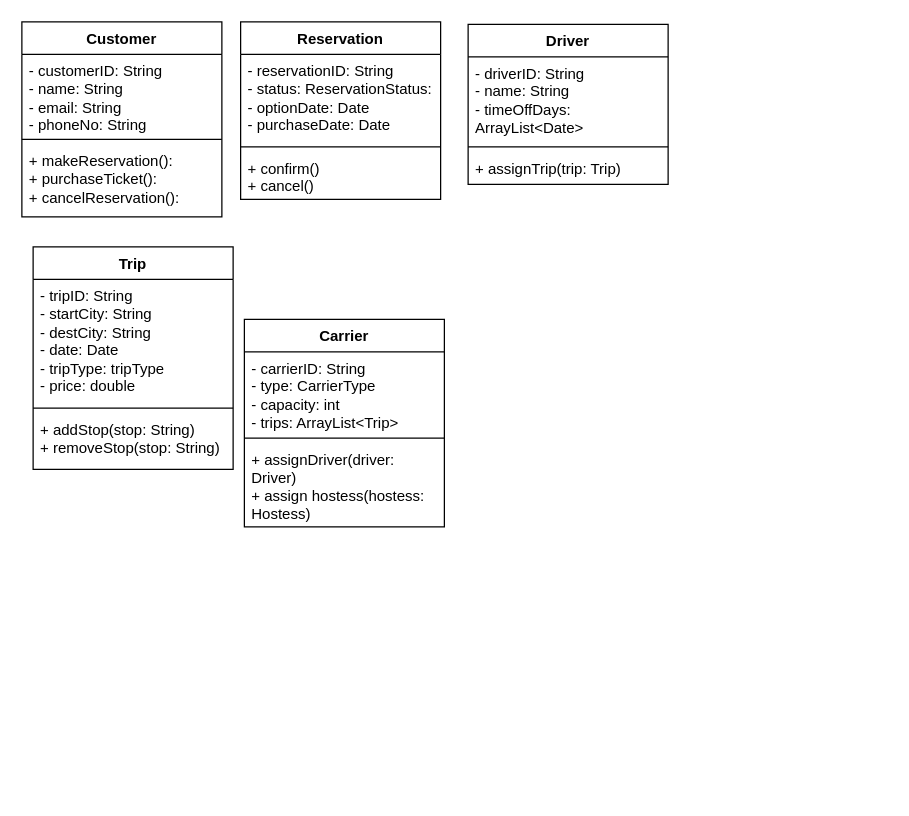
This is page "Page-2" (2 of 2) of Untitled Diagram.drawio from VinaiRamadhin/COMP2606A1, a draw.io file, before an edit. Source tidied: cells renumbered, new cells numbered last; positions are measured from the earlier drawing's top-left corner, leaving out a move shared by most shapes. Both pictures are drawn from the tidied source at 125%, with x=0, y=0 at pixel (21, 21).
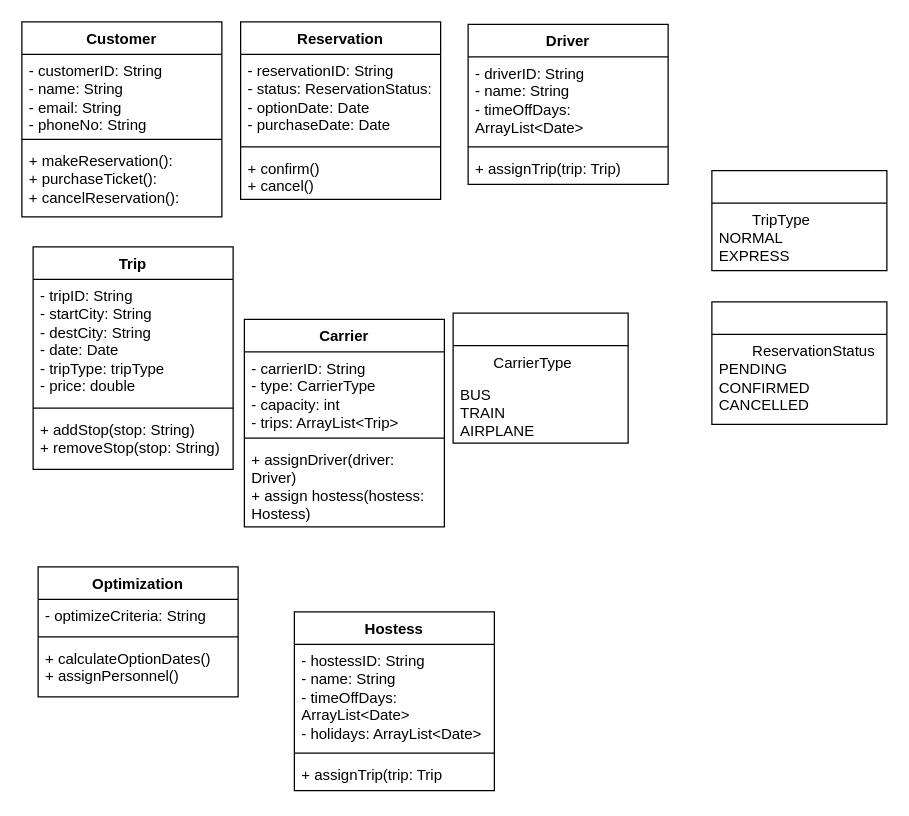
The same page after the edit.

The edit, as a diff of the source:
```diff
@@
+    <mxCell id="22" style="swimlane;fontStyle=0;horizontal=1;startSize=26;fillColor=none;whiteSpace=wrap;html=1;" parent="1" vertex="1">
+      <mxGeometry x="345" y="233" width="140" height="104" as="geometry" />
+    </mxCell>
+    <mxCell id="23" value="&lt;span style=&quot;white-space: pre;&quot;&gt;&#9;&lt;/span&gt;CarrierType" style="text;strokeColor=none;fillColor=none;align=left;verticalAlign=top;spacingLeft=4;spacingRight=4;overflow=hidden;whiteSpace=wrap;html=1;" parent="22" vertex="1">
+      <mxGeometry y="26" width="140" height="26" as="geometry" />
+    </mxCell>
+    <mxCell id="24" value="BUS&lt;div&gt;TRAIN&lt;/div&gt;&lt;div&gt;AIRPLANE&lt;/div&gt;" style="text;strokeColor=none;fillColor=none;align=left;verticalAlign=top;spacingLeft=4;spacingRight=4;overflow=hidden;whiteSpace=wrap;html=1;" parent="22" vertex="1">
+      <mxGeometry y="52" width="140" height="52" as="geometry" />
+    </mxCell>
+    <mxCell id="25" style="swimlane;fontStyle=0;horizontal=1;startSize=26;fillColor=none;whiteSpace=wrap;html=1;" parent="1" vertex="1">
+      <mxGeometry x="552" y="119" width="140" height="80" as="geometry" />
+    </mxCell>
+    <mxCell id="26" value="&lt;span style=&quot;white-space: pre;&quot;&gt;&#9;&lt;/span&gt;TripType&lt;div&gt;NORMAL&lt;/div&gt;&lt;div&gt;EXPRESS&lt;/div&gt;" style="text;strokeColor=none;fillColor=none;align=left;verticalAlign=top;spacingLeft=4;spacingRight=4;overflow=hidden;whiteSpace=wrap;html=1;" parent="25" vertex="1">
+      <mxGeometry y="26" width="140" height="54" as="geometry" />
+    </mxCell>
+    <mxCell id="27" style="swimlane;fontStyle=0;horizontal=1;startSize=26;fillColor=none;whiteSpace=wrap;html=1;" parent="1" vertex="1">
+      <mxGeometry x="552" y="224" width="140" height="98" as="geometry" />
+    </mxCell>
+    <mxCell id="28" value="&lt;span style=&quot;white-space: pre;&quot;&gt;&#9;&lt;/span&gt;ReservationStatus&lt;div&gt;PENDING&lt;/div&gt;&lt;div&gt;CONFIRMED&lt;/div&gt;&lt;div&gt;CANCELLED&lt;/div&gt;" style="text;strokeColor=none;fillColor=none;align=left;verticalAlign=top;spacingLeft=4;spacingRight=4;overflow=hidden;whiteSpace=wrap;html=1;" parent="27" vertex="1">
+      <mxGeometry y="26" width="140" height="72" as="geometry" />
+    </mxCell>
+    <mxCell id="29" value="Optimization" style="swimlane;fontStyle=1;align=center;verticalAlign=top;horizontal=1;startSize=26;whiteSpace=wrap;html=1;" parent="1" vertex="1">
+      <mxGeometry x="13" y="436" width="160" height="104" as="geometry" />
+    </mxCell>
+    <mxCell id="30" value="- optimizeCriteria: String" style="text;strokeColor=none;fillColor=none;align=left;verticalAlign=top;spacingLeft=4;spacingRight=4;overflow=hidden;whiteSpace=wrap;html=1;" parent="29" vertex="1">
+      <mxGeometry y="26" width="160" height="26" as="geometry" />
+    </mxCell>
+    <mxCell id="31" style="line;strokeWidth=1;fillColor=none;align=left;verticalAlign=middle;spacingTop=-1;spacingLeft=3;spacingRight=3;labelPosition=right;strokeColor=inherit;" parent="29" vertex="1">
+      <mxGeometry y="52" width="160" height="8" as="geometry" />
+    </mxCell>
+    <mxCell id="32" value="+ calculateOptionDates()&lt;div&gt;+ assignPersonnel()&lt;/div&gt;" style="text;strokeColor=none;fillColor=none;align=left;verticalAlign=top;spacingLeft=4;spacingRight=4;overflow=hidden;whiteSpace=wrap;html=1;" parent="29" vertex="1">
+      <mxGeometry y="60" width="160" height="44" as="geometry" />
+    </mxCell>
+    <mxCell id="33" value="Hostess" style="swimlane;fontStyle=1;align=center;verticalAlign=top;horizontal=1;startSize=26;whiteSpace=wrap;html=1;" parent="1" vertex="1">
+      <mxGeometry x="218" y="472" width="160" height="143" as="geometry" />
+    </mxCell>
+    <mxCell id="34" value="- hostessID: String&lt;div&gt;- name: String&lt;/div&gt;&lt;div&gt;- timeOffDays: ArrayList&amp;lt;Date&amp;gt;&lt;/div&gt;&lt;div&gt;- holidays: ArrayList&amp;lt;Date&amp;gt;&lt;/div&gt;" style="text;strokeColor=none;fillColor=none;align=left;verticalAlign=top;spacingLeft=4;spacingRight=4;overflow=hidden;whiteSpace=wrap;html=1;" parent="33" vertex="1">
+      <mxGeometry y="26" width="160" height="83" as="geometry" />
+    </mxCell>
+    <mxCell id="35" style="line;strokeWidth=1;fillColor=none;align=left;verticalAlign=middle;spacingTop=-1;spacingLeft=3;spacingRight=3;labelPosition=right;strokeColor=inherit;" parent="33" vertex="1">
+      <mxGeometry y="109" width="160" height="8" as="geometry" />
+    </mxCell>
+    <mxCell id="36" value="+ assignTrip(trip: Trip" style="text;strokeColor=none;fillColor=none;align=left;verticalAlign=top;spacingLeft=4;spacingRight=4;overflow=hidden;whiteSpace=wrap;html=1;" parent="33" vertex="1">
+      <mxGeometry y="117" width="160" height="26" as="geometry" />
+    </mxCell>
```
